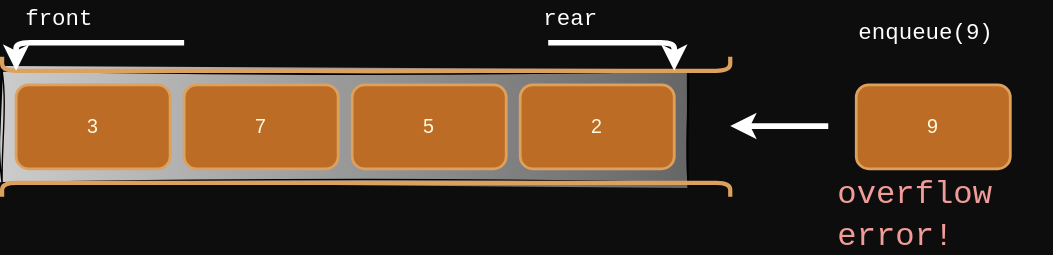
Before: 4-Queues/images/enqueue_overflow.svg, a diagram exported from draw.io (JAC-CS-Programming-4-W24/Notes). Source tidied: cells renumbered, new cells last; positions are measured from the earlier drawing's top-left corner, leaving out a move shared by most shapes. Its diagram source:
```xml
<mxGraphModel background="#0D0D0D">
  <root>
    <mxCell id="0" />
    <mxCell id="1" parent="0" />
    <mxCell id="2" style="rounded=0;whiteSpace=wrap;html=1;sketch=1;hachureGap=4;jiggle=2;curveFitting=1;fontFamily=Architects Daughter;fontSource=https%3A%2F%2Ffonts.googleapis.com%2Fcss%3Ffamily%3DArchitects%2BDaughter;fontSize=20;labelBackgroundColor=none;gradientColor=#666666;gradientDirection=east;fillColor=#CCCCCC;fillOpacity=100;" parent="1" vertex="1">
      <mxGeometry y="50" width="490" height="80" as="geometry" />
    </mxCell>
    <mxCell id="3" style="endArrow=none;html=1;rounded=1;edgeStyle=orthogonalEdgeStyle;strokeWidth=3;labelBackgroundColor=#283618;strokeColor=#DDA15E;fontColor=#FEFAE0;" parent="1" edge="1">
      <mxGeometry relative="1" as="geometry">
        <mxPoint x="520" y="140" as="sourcePoint" />
        <mxPoint y="140" as="targetPoint" />
        <Array as="points">
          <mxPoint x="420" y="130" />
          <mxPoint y="130" />
          <mxPoint y="140" />
        </Array>
      </mxGeometry>
    </mxCell>
    <mxCell id="4" style="endArrow=classic;html=1;rounded=1;fontSize=14;edgeStyle=orthogonalEdgeStyle;strokeColor=#FFFFFF;strokeWidth=4;" parent="1" edge="1">
      <mxGeometry relative="1" as="geometry">
        <mxPoint x="590" y="89.5" as="sourcePoint" />
        <mxPoint x="520" y="89.5" as="targetPoint" />
        <Array as="points">
          <mxPoint x="560" y="89.5" />
          <mxPoint x="560" y="89.5" />
        </Array>
      </mxGeometry>
    </mxCell>
    <mxCell id="5" value="&lt;font face=&quot;Courier New&quot; style=&quot;font-size: 16px;&quot;&gt;front&lt;/font&gt;" style="text;html=1;strokeColor=none;fillColor=none;align=left;verticalAlign=middle;whiteSpace=wrap;rounded=1;fontSize=16;fontColor=#FFFFFF;" parent="1" vertex="1">
      <mxGeometry x="15" width="140" height="25" as="geometry" />
    </mxCell>
    <mxCell id="6" style="rounded=1;whiteSpace=wrap;html=1;fontSize=14;strokeWidth=2;fillColor=#BC6C25;strokeColor=#DDA15E;fontColor=#FEFAE0;" parent="1" vertex="1">
      <mxGeometry x="250" y="60" width="110" height="60" as="geometry" />
    </mxCell>
    <mxCell id="7" value="5" style="text;html=1;strokeColor=none;fillColor=none;align=center;verticalAlign=middle;whiteSpace=wrap;rounded=1;fontSize=14;fontColor=#FEFAE0;" parent="1" vertex="1">
      <mxGeometry x="275" y="75" width="60" height="30" as="geometry" />
    </mxCell>
    <mxCell id="8" style="rounded=1;whiteSpace=wrap;html=1;fontSize=14;strokeWidth=2;fillColor=#BC6C25;strokeColor=#DDA15E;fontColor=#FEFAE0;" parent="1" vertex="1">
      <mxGeometry x="130" y="60" width="110" height="60" as="geometry" />
    </mxCell>
    <mxCell id="9" value="7" style="text;html=1;strokeColor=none;fillColor=none;align=center;verticalAlign=middle;whiteSpace=wrap;rounded=1;fontSize=14;fontColor=#FEFAE0;" parent="1" vertex="1">
      <mxGeometry x="155" y="75" width="60" height="30" as="geometry" />
    </mxCell>
    <mxCell id="10" style="rounded=1;whiteSpace=wrap;html=1;fontSize=14;strokeWidth=2;fillColor=#BC6C25;strokeColor=#DDA15E;fontColor=#FEFAE0;" parent="1" vertex="1">
      <mxGeometry x="10" y="60" width="110" height="60" as="geometry" />
    </mxCell>
    <mxCell id="11" value="3" style="text;html=1;strokeColor=none;fillColor=none;align=center;verticalAlign=middle;whiteSpace=wrap;rounded=1;fontSize=14;fontColor=#FEFAE0;" parent="1" vertex="1">
      <mxGeometry x="35" y="75" width="60" height="30" as="geometry" />
    </mxCell>
    <mxCell id="12" style="endArrow=none;html=1;rounded=1;edgeStyle=orthogonalEdgeStyle;strokeWidth=3;labelBackgroundColor=#283618;strokeColor=#DDA15E;fontColor=#FEFAE0;" parent="1" edge="1">
      <mxGeometry relative="1" as="geometry">
        <mxPoint x="520" y="40" as="sourcePoint" />
        <mxPoint y="40" as="targetPoint" />
        <Array as="points">
          <mxPoint x="420" y="50" />
          <mxPoint y="50" />
          <mxPoint y="60" />
        </Array>
      </mxGeometry>
    </mxCell>
    <mxCell id="13" value="&lt;font face=&quot;Courier New&quot; style=&quot;font-size: 16px;&quot;&gt;rear&lt;/font&gt;" style="text;html=1;strokeColor=none;fillColor=none;align=left;verticalAlign=middle;whiteSpace=wrap;rounded=1;fontSize=16;fontColor=#FFFFFF;" parent="1" vertex="1">
      <mxGeometry x="385" width="140" height="25" as="geometry" />
    </mxCell>
    <mxCell id="14" style="rounded=1;whiteSpace=wrap;html=1;fontSize=14;strokeWidth=2;fillColor=#BC6C25;strokeColor=#DDA15E;fontColor=#FEFAE0;" parent="1" vertex="1">
      <mxGeometry x="610" y="60" width="110" height="60" as="geometry" />
    </mxCell>
    <mxCell id="15" value="9" style="text;html=1;strokeColor=none;fillColor=none;align=center;verticalAlign=middle;whiteSpace=wrap;rounded=1;fontSize=14;fontColor=#FEFAE0;" parent="1" vertex="1">
      <mxGeometry x="635" y="75" width="60" height="30" as="geometry" />
    </mxCell>
    <mxCell id="16" value="&lt;font face=&quot;Courier New&quot; style=&quot;font-size: 16px;&quot;&gt;enqueue(9)&lt;/font&gt;" style="text;html=1;strokeColor=none;fillColor=none;align=left;verticalAlign=middle;whiteSpace=wrap;rounded=1;fontSize=16;fontColor=#FFFFFF;" parent="1" vertex="1">
      <mxGeometry x="610" y="10" width="140" height="25" as="geometry" />
    </mxCell>
    <mxCell id="17" style="rounded=1;whiteSpace=wrap;html=1;fontSize=14;strokeWidth=2;fillColor=#BC6C25;strokeColor=#DDA15E;fontColor=#FEFAE0;" parent="1" vertex="1">
      <mxGeometry x="370" y="60" width="110" height="60" as="geometry" />
    </mxCell>
    <mxCell id="18" value="2" style="text;html=1;strokeColor=none;fillColor=none;align=center;verticalAlign=middle;whiteSpace=wrap;rounded=1;fontSize=14;fontColor=#FEFAE0;" parent="1" vertex="1">
      <mxGeometry x="395" y="75" width="60" height="30" as="geometry" />
    </mxCell>
    <mxCell id="19" value="&lt;font face=&quot;Courier New&quot;&gt;overflow error!&lt;/font&gt;" style="text;html=1;strokeColor=none;fillColor=none;align=left;verticalAlign=middle;whiteSpace=wrap;rounded=1;fontSize=23;fontColor=#F19C99;" parent="1" vertex="1">
      <mxGeometry x="595" y="140" width="140" height="25" as="geometry" />
    </mxCell>
    <mxCell id="20" style="endArrow=classic;html=1;rounded=1;fontSize=14;edgeStyle=orthogonalEdgeStyle;strokeColor=#FFFFFF;strokeWidth=4;" parent="1" edge="1">
      <mxGeometry relative="1" as="geometry">
        <mxPoint x="390" y="30" as="sourcePoint" />
        <mxPoint x="480" y="50" as="targetPoint" />
        <Array as="points">
          <mxPoint x="480" y="30" />
        </Array>
      </mxGeometry>
    </mxCell>
    <mxCell id="21" style="endArrow=classic;html=1;rounded=1;fontSize=14;edgeStyle=orthogonalEdgeStyle;strokeColor=#FFFFFF;strokeWidth=4;" parent="1" edge="1">
      <mxGeometry relative="1" as="geometry">
        <mxPoint x="130" y="30" as="sourcePoint" />
        <mxPoint x="10" y="50" as="targetPoint" />
        <Array as="points">
          <mxPoint x="10" y="30" />
        </Array>
      </mxGeometry>
    </mxCell>
  </root>
</mxGraphModel>
```
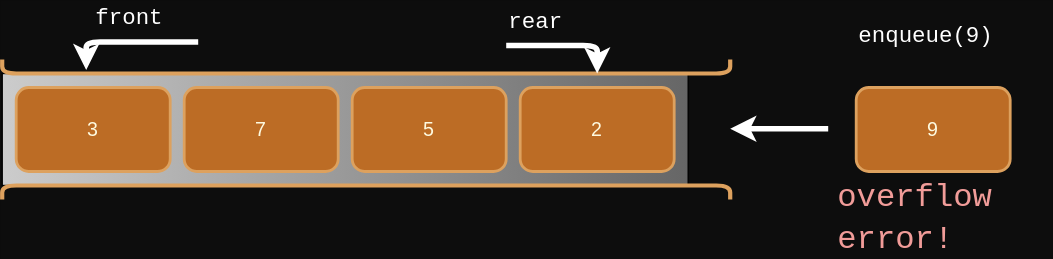
Above is the later version.

Change to the diagram source:
```diff
@@ -2,7 +2,7 @@
   <root>
     <mxCell id="0" />
     <mxCell id="1" parent="0" />
-    <mxCell id="2" style="rounded=0;whiteSpace=wrap;html=1;sketch=1;hachureGap=4;jiggle=2;curveFitting=1;fontFamily=Architects Daughter;fontSource=https%3A%2F%2Ffonts.googleapis.com%2Fcss%3Ffamily%3DArchitects%2BDaughter;fontSize=20;labelBackgroundColor=none;gradientColor=#666666;gradientDirection=east;fillColor=#CCCCCC;fillOpacity=100;" parent="1" vertex="1">
+    <mxCell id="2" style="rounded=0;whiteSpace=wrap;html=1;hachureGap=4;fontFamily=Architects Daughter;fontSource=https%3A%2F%2Ffonts.googleapis.com%2Fcss%3Ffamily%3DArchitects%2BDaughter;fontSize=20;labelBackgroundColor=none;gradientColor=#666666;gradientDirection=east;fillColor=#CCCCCC;fillOpacity=100;" parent="1" vertex="1">
       <mxGeometry y="50" width="490" height="80" as="geometry" />
     </mxCell>
     <mxCell id="3" style="endArrow=none;html=1;rounded=1;edgeStyle=orthogonalEdgeStyle;strokeWidth=3;labelBackgroundColor=#283618;strokeColor=#DDA15E;fontColor=#FEFAE0;" parent="1" edge="1">
@@ -27,7 +27,7 @@
       </mxGeometry>
     </mxCell>
     <mxCell id="5" value="&lt;font face=&quot;Courier New&quot; style=&quot;font-size: 16px;&quot;&gt;front&lt;/font&gt;" style="text;html=1;strokeColor=none;fillColor=none;align=left;verticalAlign=middle;whiteSpace=wrap;rounded=1;fontSize=16;fontColor=#FFFFFF;" parent="1" vertex="1">
-      <mxGeometry x="15" width="140" height="25" as="geometry" />
+      <mxGeometry x="65" y="-2.5" width="140" height="25" as="geometry" />
     </mxCell>
     <mxCell id="6" style="rounded=1;whiteSpace=wrap;html=1;fontSize=14;strokeWidth=2;fillColor=#BC6C25;strokeColor=#DDA15E;fontColor=#FEFAE0;" parent="1" vertex="1">
       <mxGeometry x="250" y="60" width="110" height="60" as="geometry" />
@@ -59,7 +59,7 @@
       </mxGeometry>
     </mxCell>
     <mxCell id="13" value="&lt;font face=&quot;Courier New&quot; style=&quot;font-size: 16px;&quot;&gt;rear&lt;/font&gt;" style="text;html=1;strokeColor=none;fillColor=none;align=left;verticalAlign=middle;whiteSpace=wrap;rounded=1;fontSize=16;fontColor=#FFFFFF;" parent="1" vertex="1">
-      <mxGeometry x="385" width="140" height="25" as="geometry" />
+      <mxGeometry x="360" width="140" height="25" as="geometry" />
     </mxCell>
     <mxCell id="14" style="rounded=1;whiteSpace=wrap;html=1;fontSize=14;strokeWidth=2;fillColor=#BC6C25;strokeColor=#DDA15E;fontColor=#FEFAE0;" parent="1" vertex="1">
       <mxGeometry x="610" y="60" width="110" height="60" as="geometry" />
@@ -81,19 +81,19 @@
     </mxCell>
     <mxCell id="20" style="endArrow=classic;html=1;rounded=1;fontSize=14;edgeStyle=orthogonalEdgeStyle;strokeColor=#FFFFFF;strokeWidth=4;" parent="1" edge="1">
       <mxGeometry relative="1" as="geometry">
-        <mxPoint x="390" y="30" as="sourcePoint" />
-        <mxPoint x="480" y="50" as="targetPoint" />
+        <mxPoint x="360" y="30" as="sourcePoint" />
+        <mxPoint x="425" y="50" as="targetPoint" />
         <Array as="points">
-          <mxPoint x="480" y="30" />
+          <mxPoint x="425" y="30" />
         </Array>
       </mxGeometry>
     </mxCell>
     <mxCell id="21" style="endArrow=classic;html=1;rounded=1;fontSize=14;edgeStyle=orthogonalEdgeStyle;strokeColor=#FFFFFF;strokeWidth=4;" parent="1" edge="1">
       <mxGeometry relative="1" as="geometry">
-        <mxPoint x="130" y="30" as="sourcePoint" />
-        <mxPoint x="10" y="50" as="targetPoint" />
+        <mxPoint x="140" y="27.5" as="sourcePoint" />
+        <mxPoint x="60" y="47.5" as="targetPoint" />
         <Array as="points">
-          <mxPoint x="10" y="30" />
+          <mxPoint x="60" y="27.5" />
         </Array>
       </mxGeometry>
     </mxCell>
```
